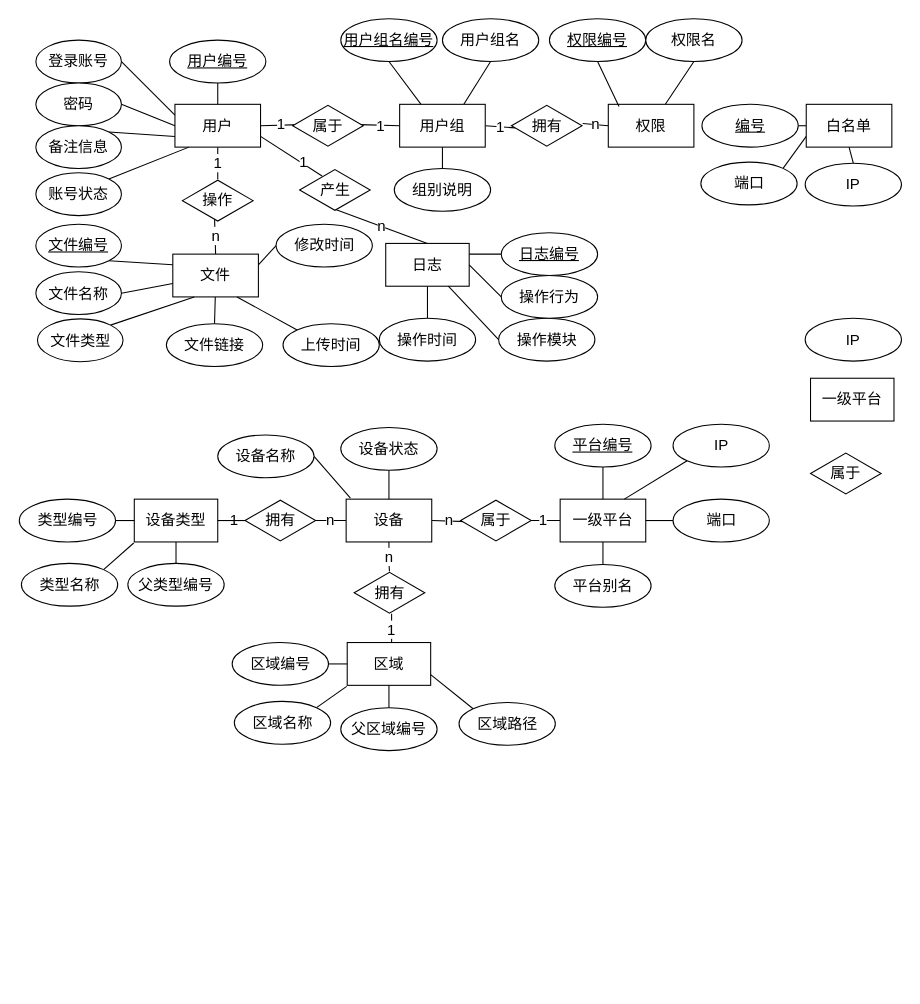
Before: E-R.drawio in waterwatermelon/graph, a draw.io diagram. Source tidied: cells renumbered, new cells numbered last; positions are measured from the earlier drawing's top-left corner, leaving out a move shared by most shapes. Both pictures are drawn from the tidied source at 107%, with x=0, y=0 at pixel (18, 18).
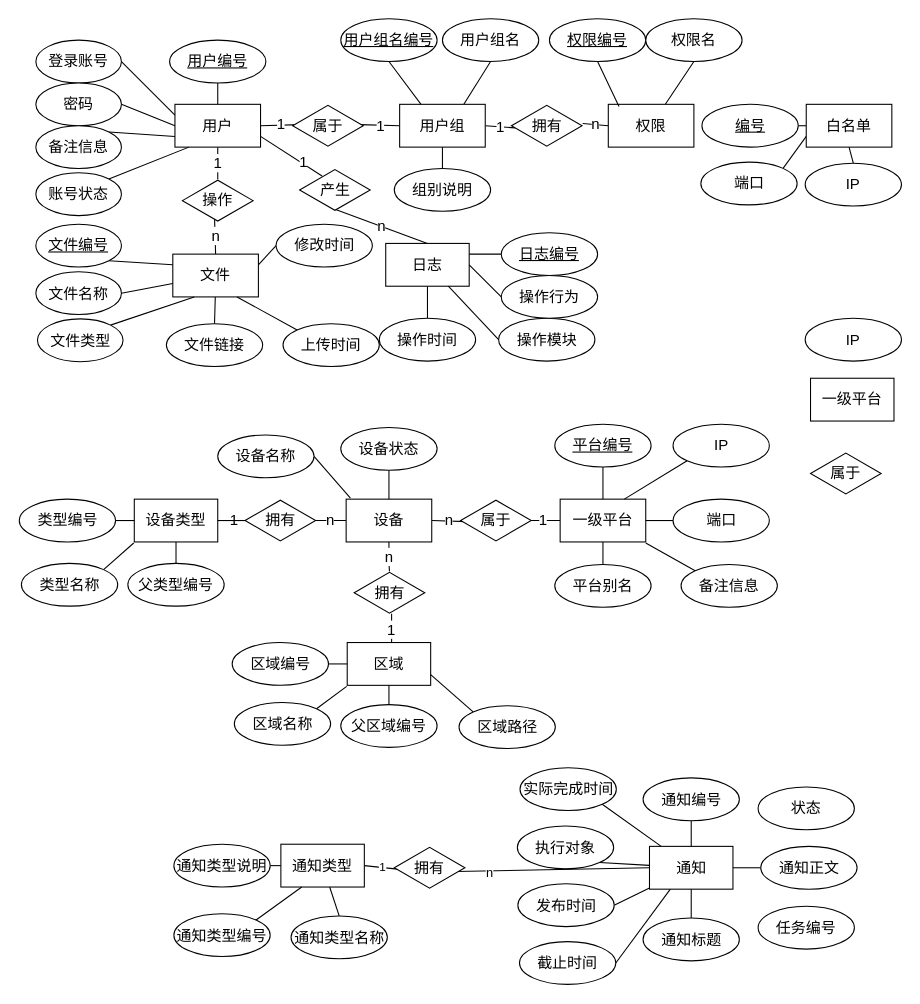
After the change.

Change to the diagram source:
```diff
@@
     <mxCell id="82" value="区域名称" style="ellipse;whiteSpace=wrap;html=1;fontSize=14;" parent="1" vertex="1">
-      <mxGeometry x="201.5" y="638" width="90" height="40" as="geometry" />
+      <mxGeometry x="201.5" y="639" width="90" height="40" as="geometry" />
     </mxCell>
@@
     <mxCell id="84" value="父区域编号" style="ellipse;whiteSpace=wrap;html=1;fontSize=14;" parent="1" vertex="1">
-      <mxGeometry x="301" y="644" width="90" height="40" as="geometry" />
+      <mxGeometry x="301" y="641" width="90" height="40" as="geometry" />
     </mxCell>
@@
     <mxCell id="86" value="区域路径" style="ellipse;whiteSpace=wrap;html=1;fontSize=14;" parent="1" vertex="1">
-      <mxGeometry x="411.5" y="639" width="90" height="40" as="geometry" />
+      <mxGeometry x="411.5" y="642" width="90" height="40" as="geometry" />
     </mxCell>
@@
+    <mxCell id="110" value="任务编号" style="ellipse;whiteSpace=wrap;html=1;fontSize=14;" parent="1" vertex="1">
+      <mxGeometry x="691" y="829.5" width="90" height="40" as="geometry" />
+    </mxCell>
+    <mxCell id="111" style="edgeStyle=none;rounded=0;jettySize=auto;html=1;exitX=1;exitY=1;exitDx=0;exitDy=0;endArrow=none;endFill=0;" parent="1" edge="1" source="112" target="122">
+      <mxGeometry relative="1" as="geometry" />
+    </mxCell>
+    <mxCell id="112" value="执行对象" style="ellipse;whiteSpace=wrap;html=1;fontSize=14;" parent="1" vertex="1">
+      <mxGeometry x="466" y="754.5" width="90" height="40" as="geometry" />
+    </mxCell>
+    <mxCell id="113" style="edgeStyle=none;rounded=0;jettySize=auto;html=1;exitX=1;exitY=0.5;exitDx=0;exitDy=0;endArrow=none;endFill=0;" parent="1" edge="1" source="114" target="122">
+      <mxGeometry relative="1" as="geometry" />
+    </mxCell>
+    <mxCell id="114" value="发布时间" style="ellipse;whiteSpace=wrap;html=1;fontSize=14;" parent="1" vertex="1">
+      <mxGeometry x="466.5" y="808.5" width="90" height="40" as="geometry" />
+    </mxCell>
+    <mxCell id="115" value="状态" style="ellipse;whiteSpace=wrap;html=1;fontSize=14;" parent="1" vertex="1">
+      <mxGeometry x="691" y="718" width="90" height="40" as="geometry" />
+    </mxCell>
+    <mxCell id="116" style="edgeStyle=none;rounded=0;jettySize=auto;html=1;exitX=1;exitY=1;exitDx=0;exitDy=0;endArrow=none;endFill=0;" parent="1" edge="1" source="117" target="122">
+      <mxGeometry relative="1" as="geometry" />
+    </mxCell>
+    <mxCell id="117" value="实际完成时间" style="ellipse;whiteSpace=wrap;html=1;fontSize=14;" parent="1" vertex="1">
+      <mxGeometry x="468.5" y="700" width="90" height="40" as="geometry" />
+    </mxCell>
+    <mxCell id="118" style="edgeStyle=none;rounded=0;jettySize=auto;html=1;exitX=1;exitY=0.5;exitDx=0;exitDy=0;entryX=0.25;entryY=1;entryDx=0;entryDy=0;endArrow=none;endFill=0;" parent="1" edge="1" source="119" target="122">
+      <mxGeometry relative="1" as="geometry" />
+    </mxCell>
+    <mxCell id="119" value="截止时间" style="ellipse;whiteSpace=wrap;html=1;fontSize=14;" parent="1" vertex="1">
+      <mxGeometry x="468" y="862.5" width="90" height="40" as="geometry" />
+    </mxCell>
+    <mxCell id="120" style="edgeStyle=none;rounded=0;jettySize=auto;html=1;exitX=0;exitY=0.5;exitDx=0;exitDy=0;entryX=0.864;entryY=0.588;entryDx=0;entryDy=0;entryPerimeter=0;endArrow=none;endFill=0;" parent="1" edge="1" source="122" target="139">
+      <mxGeometry relative="1" as="geometry" />
+    </mxCell>
+    <mxCell id="121" value="n" style="text;html=1;align=center;verticalAlign=middle;labelBackgroundColor=#ffffff;" parent="120" vertex="1">
+      <mxGeometry x="0.65" y="2" relative="1" as="geometry" />
+    </mxCell>
+    <mxCell id="122" value="通知" style="rounded=0;whiteSpace=wrap;html=1;fontSize=14;" parent="1" vertex="1">
+      <mxGeometry x="589.5" y="773.5" width="78" height="40" as="geometry" />
+    </mxCell>
+    <mxCell id="123" style="edgeStyle=none;rounded=0;jettySize=auto;html=1;exitX=0.5;exitY=1;exitDx=0;exitDy=0;endArrow=none;endFill=0;" parent="1" edge="1" source="124" target="122">
+      <mxGeometry relative="1" as="geometry" />
+    </mxCell>
+    <mxCell id="124" value="通知编号" style="ellipse;whiteSpace=wrap;html=1;fontSize=14;" parent="1" vertex="1">
+      <mxGeometry x="583.5" y="709.5" width="90" height="40" as="geometry" />
+    </mxCell>
+    <mxCell id="125" style="edgeStyle=none;rounded=0;jettySize=auto;html=1;exitX=0.5;exitY=0;exitDx=0;exitDy=0;endArrow=none;endFill=0;" parent="1" edge="1" source="126" target="122">
+      <mxGeometry relative="1" as="geometry" />
+    </mxCell>
+    <mxCell id="126" value="通知标题" style="ellipse;whiteSpace=wrap;html=1;fontSize=14;" parent="1" vertex="1">
+      <mxGeometry x="583.5" y="840.5" width="90" height="40" as="geometry" />
+    </mxCell>
+    <mxCell id="127" style="edgeStyle=none;rounded=0;jettySize=auto;html=1;exitX=0;exitY=0.5;exitDx=0;exitDy=0;endArrow=none;endFill=0;" parent="1" edge="1" source="128" target="122">
+      <mxGeometry relative="1" as="geometry" />
+    </mxCell>
+    <mxCell id="128" value="通知正文" style="ellipse;whiteSpace=wrap;html=1;fontSize=14;" parent="1" vertex="1">
+      <mxGeometry x="693.5" y="773.5" width="90" height="40" as="geometry" />
+    </mxCell>
+    <mxCell id="129" style="edgeStyle=none;rounded=0;jettySize=auto;html=1;exitX=0;exitY=0;exitDx=0;exitDy=0;endArrow=none;endFill=0;" parent="1" edge="1" source="130">
+      <mxGeometry relative="1" as="geometry">
+        <mxPoint x="586" y="490" as="targetPoint" />
+      </mxGeometry>
+    </mxCell>
+    <mxCell id="130" value="备注信息" style="ellipse;whiteSpace=wrap;html=1;fontSize=14;" parent="1" vertex="1">
+      <mxGeometry x="619" y="510" width="90" height="40" as="geometry" />
+    </mxCell>
+    <mxCell id="131" value="1" style="edgeStyle=none;rounded=0;jettySize=auto;html=1;exitX=1;exitY=0.5;exitDx=0;exitDy=0;entryX=0.076;entryY=0.538;entryDx=0;entryDy=0;entryPerimeter=0;endArrow=none;endFill=0;" parent="1" edge="1" source="132" target="139">
+      <mxGeometry relative="1" as="geometry" />
+    </mxCell>
+    <mxCell id="132" value="通知类型" style="rounded=0;whiteSpace=wrap;html=1;fontSize=14;" parent="1" vertex="1">
+      <mxGeometry x="245" y="771.5" width="78" height="40" as="geometry" />
+    </mxCell>
+    <mxCell id="133" style="edgeStyle=none;rounded=0;jettySize=auto;html=1;exitX=1;exitY=0;exitDx=0;exitDy=0;entryX=0.25;entryY=1;entryDx=0;entryDy=0;endArrow=none;endFill=0;" parent="1" edge="1" source="134" target="132">
+      <mxGeometry relative="1" as="geometry" />
+    </mxCell>
+    <mxCell id="134" value="通知类型编号" style="ellipse;whiteSpace=wrap;html=1;fontSize=14;" parent="1" vertex="1">
+      <mxGeometry x="145" y="836.5" width="90" height="40" as="geometry" />
+    </mxCell>
+    <mxCell id="135" style="edgeStyle=none;rounded=0;jettySize=auto;html=1;exitX=0.5;exitY=0;exitDx=0;exitDy=0;endArrow=none;endFill=0;" parent="1" edge="1" source="136" target="132">
+      <mxGeometry relative="1" as="geometry" />
+    </mxCell>
+    <mxCell id="136" value="通知类型名称" style="ellipse;whiteSpace=wrap;html=1;fontSize=14;" parent="1" vertex="1">
+      <mxGeometry x="254.5" y="838.5" width="90" height="40" as="geometry" />
+    </mxCell>
+    <mxCell id="137" style="edgeStyle=none;rounded=0;jettySize=auto;html=1;exitX=1;exitY=0.5;exitDx=0;exitDy=0;endArrow=none;endFill=0;" parent="1" edge="1" source="138" target="132">
+      <mxGeometry relative="1" as="geometry" />
+    </mxCell>
+    <mxCell id="138" value="通知类型说明" style="ellipse;whiteSpace=wrap;html=1;fontSize=14;" parent="1" vertex="1">
+      <mxGeometry x="145" y="771.5" width="90" height="40" as="geometry" />
+    </mxCell>
+    <mxCell id="139" value="拥有" style="html=1;whiteSpace=wrap;shape=isoRectangle;fontSize=14;" parent="1" vertex="1">
+      <mxGeometry x="351" y="773.5" width="66" height="40" as="geometry" />
+    </mxCell>
```
